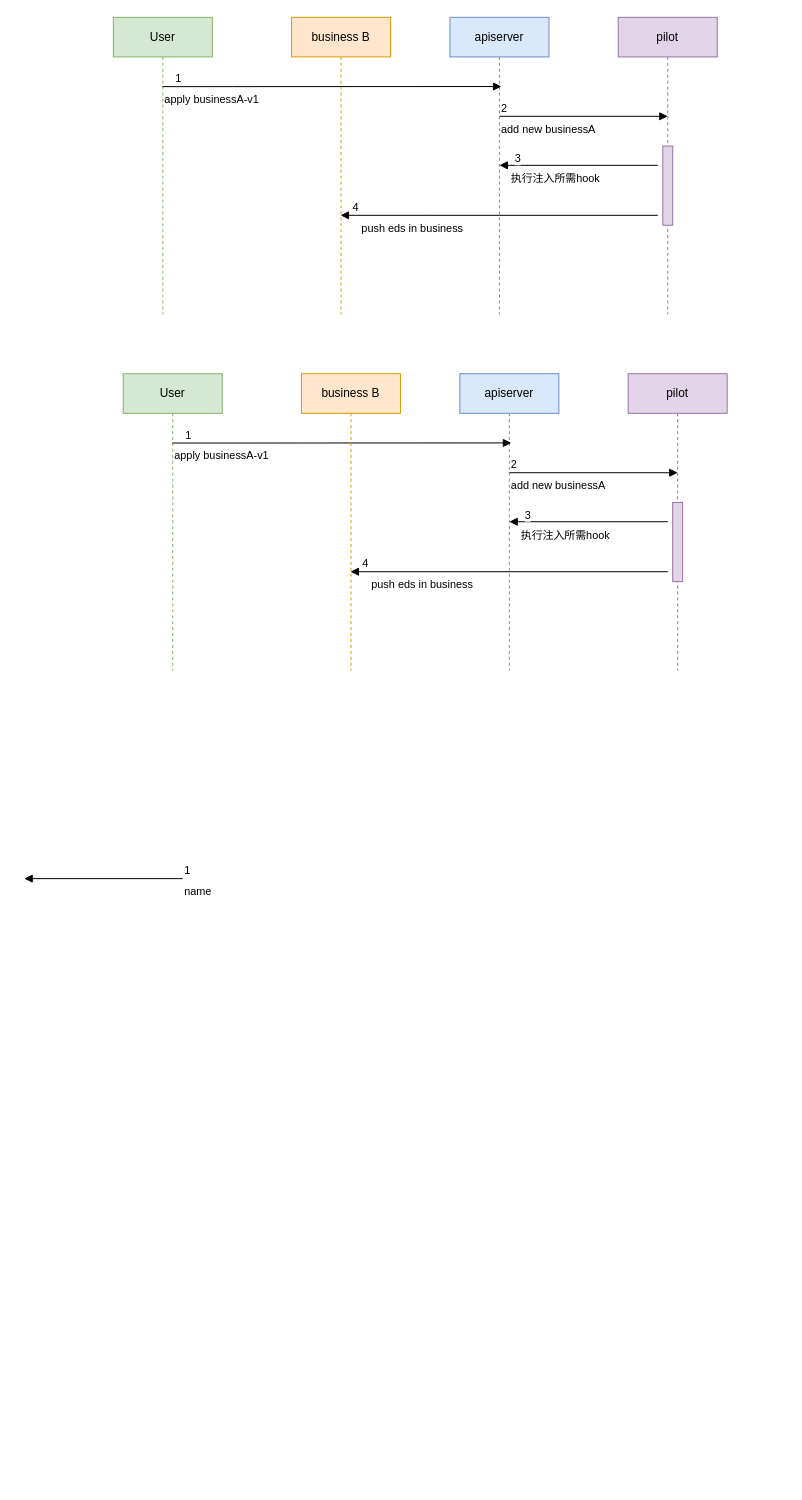
The draw.io diagram sidcarreg.drawio in yueyangtian/draw, before the edit. Source tidied: cells renumbered, new cells numbered last; positions are measured from the earlier drawing's top-left corner, leaving out a move shared by most shapes. Both pictures are drawn from the tidied source at 99%, with x=0, y=0 at pixel (24, 17).
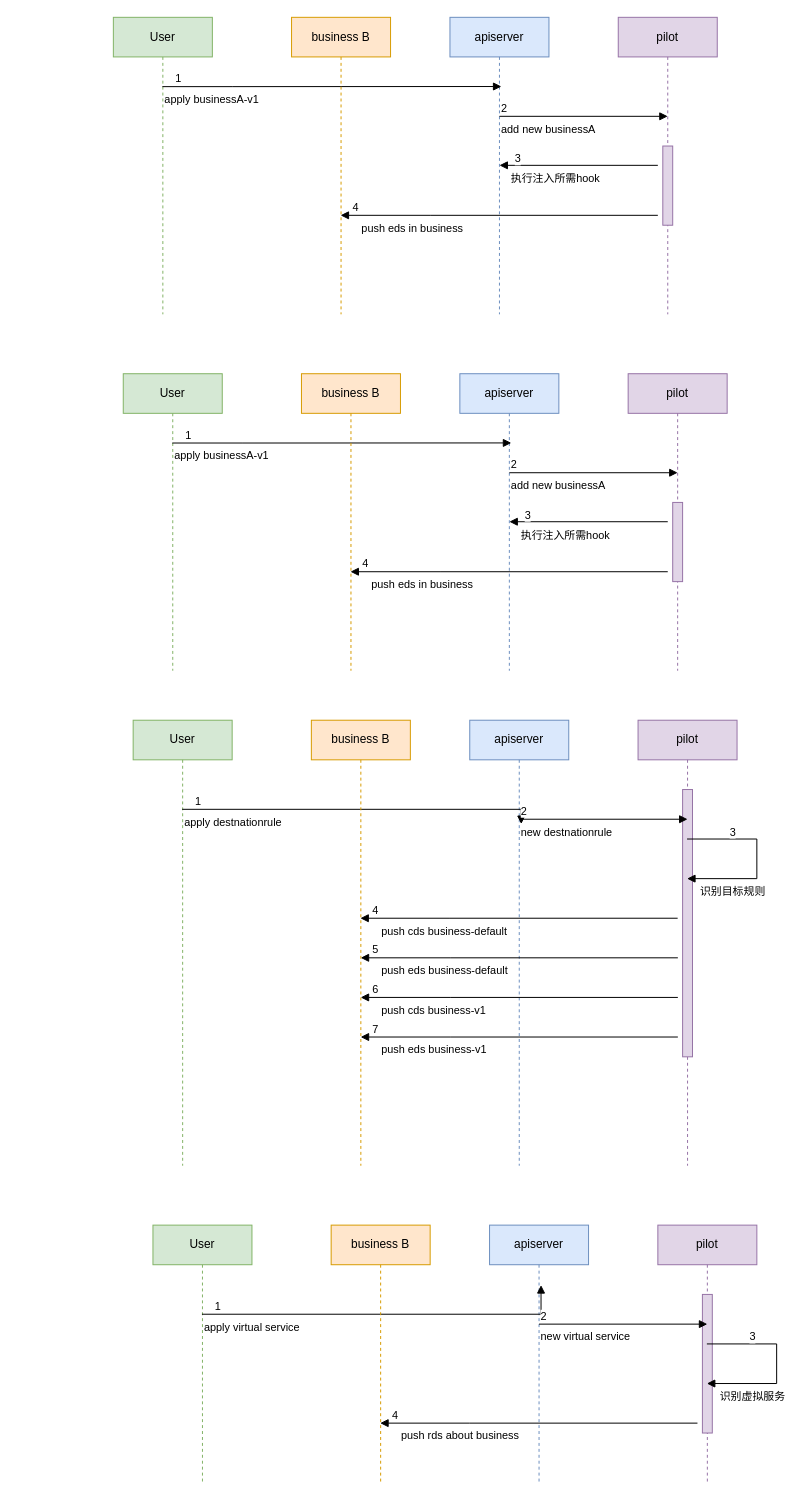
After the change.

Change to the diagram source:
```diff
@@
-    <mxCell id="10" value="name" style="endArrow=block;endFill=1;html=1;edgeStyle=orthogonalEdgeStyle;align=left;verticalAlign=top;rounded=0;" parent="1" edge="1">
-      <mxGeometry x="-1" relative="1" as="geometry">
-        <mxPoint x="160" y="870" as="sourcePoint" />
-        <mxPoint y="870" as="targetPoint" />
-      </mxGeometry>
-    </mxCell>
-    <mxCell id="11" value="1" style="edgeLabel;html=1;align=left;verticalAlign=bottom;" parent="10" vertex="1">
-      <mxGeometry x="-1" relative="1" as="geometry" />
-    </mxCell>
@@
+    <mxCell id="30" value="User" style="shape=umlLifeline;perimeter=lifelinePerimeter;whiteSpace=wrap;html=1;outlineConnect=0;fillColor=#d5e8d4;strokeColor=#82b366;" parent="1" vertex="1">
+      <mxGeometry x="110" y="710" width="100" height="450" as="geometry" />
+    </mxCell>
+    <mxCell id="31" value="pilot" style="shape=umlLifeline;perimeter=lifelinePerimeter;whiteSpace=wrap;html=1;outlineConnect=0;fillColor=#e1d5e7;strokeColor=#9673a6;" parent="1" vertex="1">
+      <mxGeometry x="620" y="710" width="100" height="450" as="geometry" />
+    </mxCell>
+    <mxCell id="32" style="html=1;perimeter=orthogonalPerimeter;fillColor=#e1d5e7;strokeColor=#9673a6;" parent="31" vertex="1">
+      <mxGeometry x="45" y="70" width="10" height="270" as="geometry" />
+    </mxCell>
+    <mxCell id="33" value="apiserver" style="shape=umlLifeline;perimeter=lifelinePerimeter;whiteSpace=wrap;html=1;outlineConnect=0;fillColor=#dae8fc;strokeColor=#6c8ebf;" parent="1" vertex="1">
+      <mxGeometry x="450" y="710" width="100" height="450" as="geometry" />
+    </mxCell>
+    <mxCell id="34" value="push cds business-v1" style="endArrow=block;endFill=1;html=1;edgeStyle=orthogonalEdgeStyle;align=left;verticalAlign=top;rounded=0;" parent="33" edge="1">
+      <mxGeometry x="0.88" relative="1" as="geometry">
+        <mxPoint x="210.2" y="280" as="sourcePoint" />
+        <mxPoint x="-110.2" y="280" as="targetPoint" />
+        <Array as="points">
+          <mxPoint x="-19.8" y="280" />
+          <mxPoint x="-19.8" y="280" />
+        </Array>
+      </mxGeometry>
+    </mxCell>
+    <mxCell id="35" value="6" style="edgeLabel;html=1;align=left;verticalAlign=bottom;" parent="34" vertex="1">
+      <mxGeometry x="-1" relative="1" as="geometry">
+        <mxPoint x="-310" as="offset" />
+      </mxGeometry>
+    </mxCell>
+    <mxCell id="36" value="push eds business-default" style="endArrow=block;endFill=1;html=1;edgeStyle=orthogonalEdgeStyle;align=left;verticalAlign=top;rounded=0;" parent="33" edge="1">
+      <mxGeometry x="0.88" relative="1" as="geometry">
+        <mxPoint x="210.2" y="240" as="sourcePoint" />
+        <mxPoint x="-110.2" y="240" as="targetPoint" />
+        <Array as="points">
+          <mxPoint x="-19.8" y="240" />
+          <mxPoint x="-19.8" y="240" />
+        </Array>
+      </mxGeometry>
+    </mxCell>
+    <mxCell id="37" value="5" style="edgeLabel;html=1;align=left;verticalAlign=bottom;" parent="36" vertex="1">
+      <mxGeometry x="-1" relative="1" as="geometry">
+        <mxPoint x="-310" as="offset" />
+      </mxGeometry>
+    </mxCell>
+    <mxCell id="38" value="apply destnationrule" style="endArrow=block;endFill=1;html=1;edgeStyle=orthogonalEdgeStyle;align=left;verticalAlign=top;rounded=0;entryX=0.52;entryY=0.233;entryDx=0;entryDy=0;entryPerimeter=0;" parent="1" edge="1" source="30" target="33">
+      <mxGeometry x="-1" relative="1" as="geometry">
+        <Array as="points">
+          <mxPoint x="502" y="800" />
+        </Array>
+      </mxGeometry>
+    </mxCell>
+    <mxCell id="39" value="1" style="edgeLabel;html=1;align=left;verticalAlign=bottom;" parent="38" vertex="1">
+      <mxGeometry x="-1" relative="1" as="geometry">
+        <mxPoint x="11" as="offset" />
+      </mxGeometry>
+    </mxCell>
+    <mxCell id="40" value="new destnationrule" style="endArrow=block;endFill=1;html=1;edgeStyle=orthogonalEdgeStyle;align=left;verticalAlign=top;rounded=0;" parent="1" edge="1">
+      <mxGeometry x="-1" relative="1" as="geometry">
+        <mxPoint x="500" y="810" as="sourcePoint" />
+        <mxPoint x="670" y="810" as="targetPoint" />
+      </mxGeometry>
+    </mxCell>
+    <mxCell id="41" value="2" style="edgeLabel;html=1;align=left;verticalAlign=bottom;" parent="40" vertex="1">
+      <mxGeometry x="-1" relative="1" as="geometry" />
+    </mxCell>
+    <mxCell id="42" value="识别目标规则" style="endArrow=block;endFill=1;html=1;edgeStyle=orthogonalEdgeStyle;align=left;verticalAlign=top;rounded=0;" parent="1" edge="1" source="31" target="31">
+      <mxGeometry x="0.88" relative="1" as="geometry">
+        <Array as="points">
+          <mxPoint x="740" y="830" />
+          <mxPoint x="740" y="870" />
+        </Array>
+      </mxGeometry>
+    </mxCell>
+    <mxCell id="43" value="3" style="edgeLabel;html=1;align=left;verticalAlign=bottom;" parent="42" vertex="1">
+      <mxGeometry x="-1" relative="1" as="geometry">
+        <mxPoint x="41" y="1" as="offset" />
+      </mxGeometry>
+    </mxCell>
+    <mxCell id="44" value="push cds business-default" style="endArrow=block;endFill=1;html=1;edgeStyle=orthogonalEdgeStyle;align=left;verticalAlign=top;rounded=0;" parent="1" edge="1" target="46">
+      <mxGeometry x="0.88" relative="1" as="geometry">
+        <mxPoint x="660" y="910" as="sourcePoint" />
+        <Array as="points">
+          <mxPoint x="430" y="910" />
+          <mxPoint x="430" y="910" />
+        </Array>
+      </mxGeometry>
+    </mxCell>
+    <mxCell id="45" value="4" style="edgeLabel;html=1;align=left;verticalAlign=bottom;" parent="44" vertex="1">
+      <mxGeometry x="-1" relative="1" as="geometry">
+        <mxPoint x="-310" as="offset" />
+      </mxGeometry>
+    </mxCell>
+    <mxCell id="46" value="business B" style="shape=umlLifeline;perimeter=lifelinePerimeter;whiteSpace=wrap;html=1;outlineConnect=0;fillColor=#ffe6cc;strokeColor=#d79b00;" parent="1" vertex="1">
+      <mxGeometry x="290" y="710" width="100" height="450" as="geometry" />
+    </mxCell>
+    <mxCell id="47" value="push eds business-v1" style="endArrow=block;endFill=1;html=1;edgeStyle=orthogonalEdgeStyle;align=left;verticalAlign=top;rounded=0;" parent="1" edge="1">
+      <mxGeometry x="0.88" relative="1" as="geometry">
+        <mxPoint x="660.2" y="1030" as="sourcePoint" />
+        <mxPoint x="339.8" y="1030" as="targetPoint" />
+        <Array as="points">
+          <mxPoint x="430.2" y="1030" />
+          <mxPoint x="430.2" y="1030" />
+        </Array>
+      </mxGeometry>
+    </mxCell>
+    <mxCell id="48" value="7" style="edgeLabel;html=1;align=left;verticalAlign=bottom;" parent="47" vertex="1">
+      <mxGeometry x="-1" relative="1" as="geometry">
+        <mxPoint x="-310" as="offset" />
+      </mxGeometry>
+    </mxCell>
+    <mxCell id="49" value="User" style="shape=umlLifeline;perimeter=lifelinePerimeter;whiteSpace=wrap;html=1;outlineConnect=0;fillColor=#d5e8d4;strokeColor=#82b366;" parent="1" vertex="1">
+      <mxGeometry x="130" y="1220" width="100" height="260" as="geometry" />
+    </mxCell>
+    <mxCell id="50" value="pilot" style="shape=umlLifeline;perimeter=lifelinePerimeter;whiteSpace=wrap;html=1;outlineConnect=0;fillColor=#e1d5e7;strokeColor=#9673a6;" parent="1" vertex="1">
+      <mxGeometry x="640" y="1220" width="100" height="260" as="geometry" />
+    </mxCell>
+    <mxCell id="51" style="html=1;perimeter=orthogonalPerimeter;fillColor=#e1d5e7;strokeColor=#9673a6;" parent="50" vertex="1">
+      <mxGeometry x="45" y="70" width="10" height="140" as="geometry" />
+    </mxCell>
+    <mxCell id="52" value="apiserver" style="shape=umlLifeline;perimeter=lifelinePerimeter;whiteSpace=wrap;html=1;outlineConnect=0;fillColor=#dae8fc;strokeColor=#6c8ebf;" parent="1" vertex="1">
+      <mxGeometry x="470" y="1220" width="100" height="260" as="geometry" />
+    </mxCell>
+    <mxCell id="53" value="apply virtual service" style="endArrow=block;endFill=1;html=1;edgeStyle=orthogonalEdgeStyle;align=left;verticalAlign=top;rounded=0;entryX=0.52;entryY=0.233;entryDx=0;entryDy=0;entryPerimeter=0;" parent="1" edge="1" source="49" target="52">
+      <mxGeometry x="-1" relative="1" as="geometry">
+        <Array as="points">
+          <mxPoint x="522" y="1310" />
+        </Array>
+      </mxGeometry>
+    </mxCell>
+    <mxCell id="54" value="1" style="edgeLabel;html=1;align=left;verticalAlign=bottom;" parent="53" vertex="1">
+      <mxGeometry x="-1" relative="1" as="geometry">
+        <mxPoint x="11" as="offset" />
+      </mxGeometry>
+    </mxCell>
+    <mxCell id="55" value="new virtual service" style="endArrow=block;endFill=1;html=1;edgeStyle=orthogonalEdgeStyle;align=left;verticalAlign=top;rounded=0;" parent="1" edge="1">
+      <mxGeometry x="-1" relative="1" as="geometry">
+        <mxPoint x="520" y="1320" as="sourcePoint" />
+        <mxPoint x="690" y="1320" as="targetPoint" />
+      </mxGeometry>
+    </mxCell>
+    <mxCell id="56" value="2" style="edgeLabel;html=1;align=left;verticalAlign=bottom;" parent="55" vertex="1">
+      <mxGeometry x="-1" relative="1" as="geometry" />
+    </mxCell>
+    <mxCell id="57" value="识别虚拟服务" style="endArrow=block;endFill=1;html=1;edgeStyle=orthogonalEdgeStyle;align=left;verticalAlign=top;rounded=0;" parent="1" edge="1" source="50" target="50">
+      <mxGeometry x="0.88" relative="1" as="geometry">
+        <Array as="points">
+          <mxPoint x="760" y="1340" />
+          <mxPoint x="760" y="1380" />
+        </Array>
+      </mxGeometry>
+    </mxCell>
+    <mxCell id="58" value="3" style="edgeLabel;html=1;align=left;verticalAlign=bottom;" parent="57" vertex="1">
+      <mxGeometry x="-1" relative="1" as="geometry">
+        <mxPoint x="41" y="1" as="offset" />
+      </mxGeometry>
+    </mxCell>
+    <mxCell id="59" value="push rds about business" style="endArrow=block;endFill=1;html=1;edgeStyle=orthogonalEdgeStyle;align=left;verticalAlign=top;rounded=0;" parent="1" edge="1" target="61">
+      <mxGeometry x="0.88" relative="1" as="geometry">
+        <mxPoint x="680" y="1420" as="sourcePoint" />
+        <Array as="points">
+          <mxPoint x="450" y="1420" />
+          <mxPoint x="450" y="1420" />
+        </Array>
+      </mxGeometry>
+    </mxCell>
+    <mxCell id="60" value="4" style="edgeLabel;html=1;align=left;verticalAlign=bottom;" parent="59" vertex="1">
+      <mxGeometry x="-1" relative="1" as="geometry">
+        <mxPoint x="-310" as="offset" />
+      </mxGeometry>
+    </mxCell>
+    <mxCell id="61" value="business B" style="shape=umlLifeline;perimeter=lifelinePerimeter;whiteSpace=wrap;html=1;outlineConnect=0;fillColor=#ffe6cc;strokeColor=#d79b00;" parent="1" vertex="1">
+      <mxGeometry x="310" y="1220" width="100" height="260" as="geometry" />
+    </mxCell>
```
